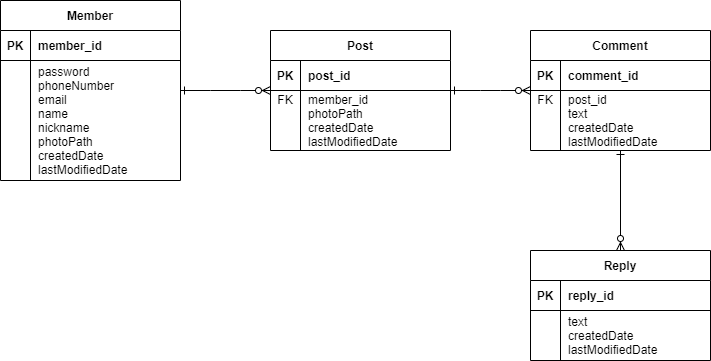
Above: Sprint1 Table.drawio.png in JunYoung-C/Instagram (draw.io), before the change. Source tidied: cells renumbered, new cells last; positions are measured from the earlier drawing's top-left corner, leaving out a move shared by most shapes.
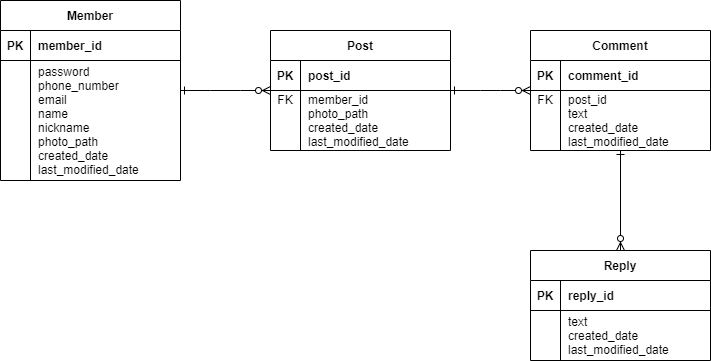
After the change.

Commit message:
docs: 테이블 필드명 카멜 케이스를 언더바로 수정

The edit, as a diff of the source:
```diff
@@ -20,7 +20,7 @@
     <mxCell id="7" style="shape=partialRectangle;fillColor=none;top=0;left=0;bottom=0;right=0;overflow=hidden;" parent="6" vertex="1">
       <mxGeometry width="30" height="120" as="geometry" />
     </mxCell>
-    <mxCell id="8" value="password&#10;phoneNumber&#10;email&#10;name&#10;nickname&#10;photoPath&#10;createdDate&#10;lastModifiedDate" style="shape=partialRectangle;fillColor=none;top=0;left=0;bottom=0;right=0;align=left;spacingLeft=6;overflow=hidden;" parent="6" vertex="1">
+    <mxCell id="8" value="password&#10;phone_number&#10;email&#10;name&#10;nickname&#10;photo_path&#10;created_date&#10;last_modified_date" style="shape=partialRectangle;fillColor=none;top=0;left=0;bottom=0;right=0;align=left;spacingLeft=6;overflow=hidden;" parent="6" vertex="1">
       <mxGeometry x="30" width="150" height="120" as="geometry" />
     </mxCell>
     <mxCell id="9" value="Reply" style="shape=table;startSize=30;rowLines=0;fontStyle=1;align=center;" parent="1" vertex="1">
@@ -41,7 +41,7 @@
     <mxCell id="14" style="shape=partialRectangle;fillColor=none;top=0;left=0;bottom=0;right=0;overflow=hidden;" parent="13" vertex="1">
       <mxGeometry width="30" height="50" as="geometry" />
     </mxCell>
-    <mxCell id="15" value="text&#10;createdDate&#10;lastModifiedDate" style="shape=partialRectangle;fillColor=none;top=0;left=0;bottom=0;right=0;align=left;spacingLeft=6;overflow=hidden;" parent="13" vertex="1">
+    <mxCell id="15" value="text&#10;created_date&#10;last_modified_date" style="shape=partialRectangle;fillColor=none;top=0;left=0;bottom=0;right=0;align=left;spacingLeft=6;overflow=hidden;" parent="13" vertex="1">
       <mxGeometry x="30" width="150" height="50" as="geometry" />
     </mxCell>
     <mxCell id="16" value="Comment" style="shape=table;startSize=30;rowLines=0;fontStyle=1;align=center;" parent="1" vertex="1">
@@ -62,7 +62,7 @@
     <mxCell id="21" value="FK&#10;&#10;&#10;" style="shape=partialRectangle;fillColor=none;top=0;left=0;bottom=0;right=0;overflow=hidden;" parent="20" vertex="1">
       <mxGeometry width="30" height="60" as="geometry" />
     </mxCell>
-    <mxCell id="22" value="post_id&#10;text&#10;createdDate&#10;lastModifiedDate" style="shape=partialRectangle;fillColor=none;top=0;left=0;bottom=0;right=0;align=left;spacingLeft=6;overflow=hidden;" parent="20" vertex="1">
+    <mxCell id="22" value="post_id&#10;text&#10;created_date&#10;last_modified_date" style="shape=partialRectangle;fillColor=none;top=0;left=0;bottom=0;right=0;align=left;spacingLeft=6;overflow=hidden;" parent="20" vertex="1">
       <mxGeometry x="30" width="150" height="60" as="geometry" />
     </mxCell>
     <mxCell id="23" value="Post" style="shape=table;startSize=30;rowLines=0;fontStyle=1;align=center;" parent="1" vertex="1">
@@ -83,7 +83,7 @@
     <mxCell id="28" value="FK&#10;&#10;&#10;" style="shape=partialRectangle;fillColor=none;top=0;left=0;bottom=0;right=0;overflow=hidden;" parent="27" vertex="1">
       <mxGeometry width="30" height="60" as="geometry" />
     </mxCell>
-    <mxCell id="29" value="member_id&#10;photoPath&#10;createdDate&#10;lastModifiedDate" style="shape=partialRectangle;fillColor=none;top=0;left=0;bottom=0;right=0;align=left;spacingLeft=6;overflow=hidden;" parent="27" vertex="1">
+    <mxCell id="29" value="member_id&#10;photo_path&#10;created_date&#10;last_modified_date" style="shape=partialRectangle;fillColor=none;top=0;left=0;bottom=0;right=0;align=left;spacingLeft=6;overflow=hidden;" parent="27" vertex="1">
       <mxGeometry x="30" width="150" height="60" as="geometry" />
     </mxCell>
     <mxCell id="30" style="edgeStyle=entityRelationEdgeStyle;fontSize=12;html=1;endArrow=ERzeroToMany;endFill=1;rounded=0;startArrow=ERone;startFill=0;" parent="1" edge="1" source="2" target="23">
```
